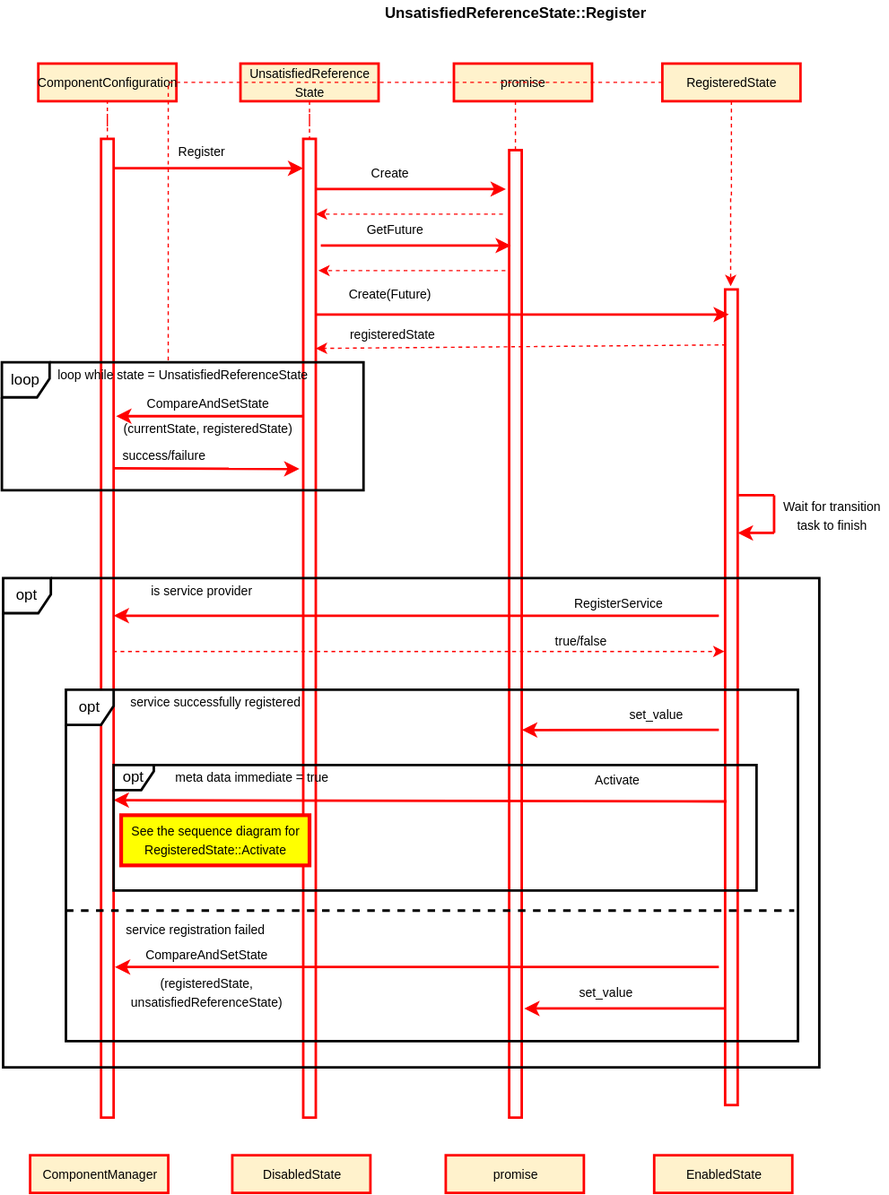
Earlier version of the draw.io export text/0003-declarative-services/UnsatisfiedStateRegister.svg (CppMicroServices/rfcs). Source tidied: cells renumbered, new cells last; positions are measured from the earlier drawing's top-left corner, leaving out a move shared by most shapes.
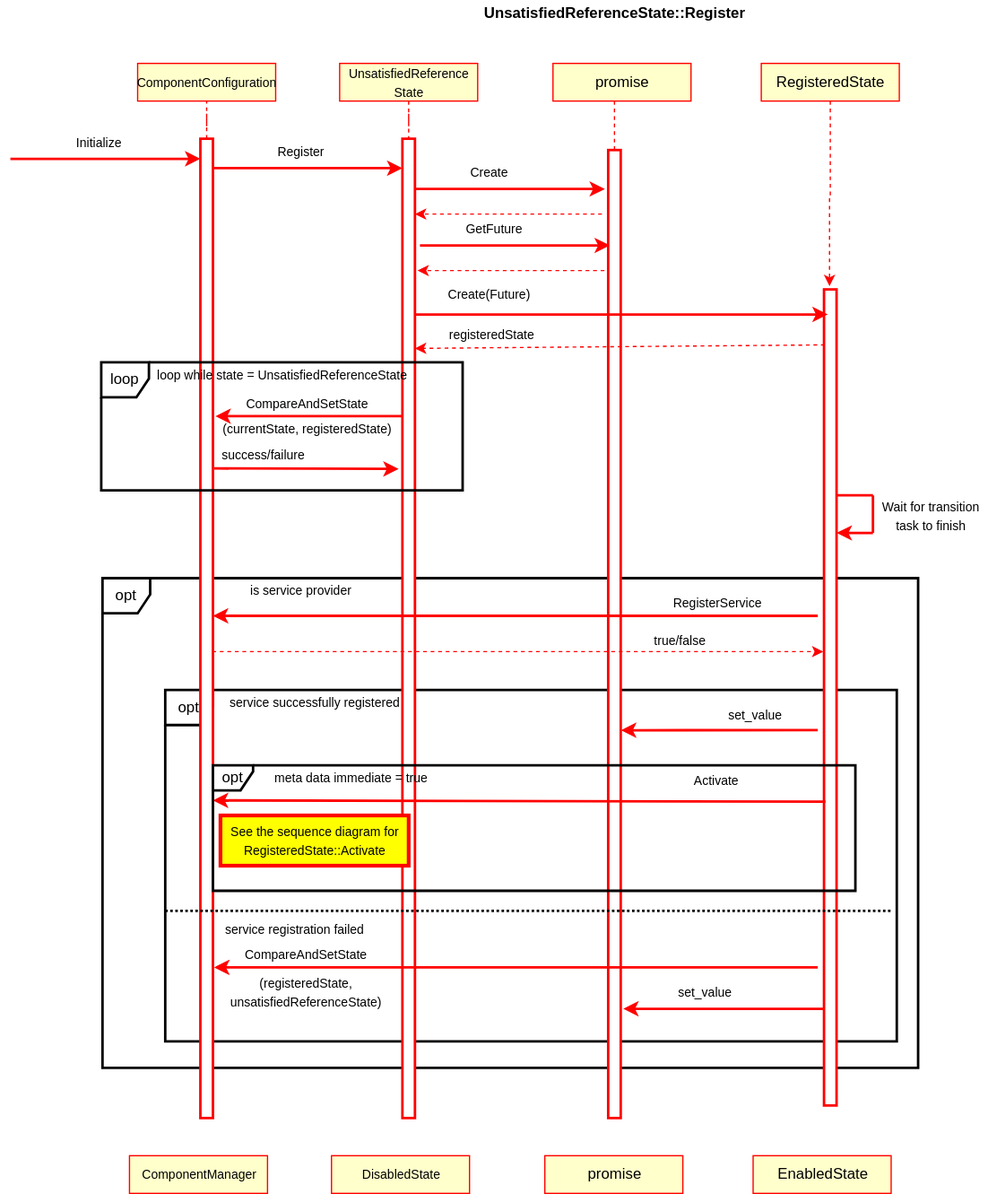
Later version of the same file.

What changed in the source:
```diff
@@ -2,19 +2,25 @@
   <root>
     <mxCell id="0" />
     <mxCell id="1" parent="0" />
+    <mxCell id="53" value="&lt;span style=&quot;background-color: rgb(255 , 255 , 255)&quot;&gt;opt&lt;/span&gt;" style="shape=umlFrame;whiteSpace=wrap;html=1;strokeWidth=2;width=38;height=28;fillColor=#FFFFFF;" parent="1" vertex="1">
+      <mxGeometry x="51" y="549" width="583" height="280" as="geometry" />
+    </mxCell>
+    <mxCell id="61" value="&lt;span style=&quot;background-color: rgb(255 , 255 , 255)&quot;&gt;opt&lt;/span&gt;" style="shape=umlFrame;whiteSpace=wrap;html=1;strokeWidth=2;width=38;height=28;fillColor=#FFFFFF;" parent="1" vertex="1">
+      <mxGeometry x="1" y="460" width="650" height="390" as="geometry" />
+    </mxCell>
     <mxCell id="2" style="html=1;points=[];perimeter=orthogonalPerimeter;strokeWidth=2;strokeColor=#FF0000;" parent="1" vertex="1">
       <mxGeometry x="240" y="110" width="10" height="780" as="geometry" />
     </mxCell>
     <mxCell id="3" style="edgeStyle=orthogonalEdgeStyle;rounded=0;jettySize=auto;html=1;dashed=1;endArrow=none;endFill=0;strokeColor=#FF0000;strokeWidth=1;" parent="1" edge="1" source="4" target="2">
       <mxGeometry relative="1" as="geometry" />
     </mxCell>
-    <mxCell id="4" value="&lt;span style=&quot;font-size: 10px&quot;&gt;UnsatisfiedReference&lt;br&gt;State&lt;br&gt;&lt;/span&gt;" style="html=1;strokeWidth=2;fillColor=#fff2cc;strokeColor=#FF0000;" parent="1" vertex="1">
+    <mxCell id="4" value="&lt;span style=&quot;font-size: 10px&quot;&gt;UnsatisfiedReference&lt;br&gt;State&lt;br&gt;&lt;/span&gt;" style="html=1;strokeWidth=1;strokeColor=#FF0000;fillColor=#FFFFCC;" parent="1" vertex="1">
       <mxGeometry x="190" y="50" width="110" height="30" as="geometry" />
     </mxCell>
     <mxCell id="5" value="&lt;font style=&quot;font-size: 12px&quot;&gt;&lt;b&gt;UnsatisfiedReferenceState::Register&lt;br&gt;&lt;/b&gt;&lt;/font&gt;" style="text;html=1;align=center;verticalAlign=middle;fontSize=10;" parent="1" vertex="1">
       <mxGeometry x="299" width="220" height="20" as="geometry" />
     </mxCell>
-    <mxCell id="6" value="&lt;font style=&quot;font-size: 10px&quot;&gt;promise&lt;/font&gt;" style="html=1;strokeWidth=2;fontSize=10;fillColor=#fff2cc;strokeColor=#FF0000;" parent="1" vertex="1">
+    <mxCell id="6" value="&lt;font style=&quot;font-size: 12px;&quot;&gt;promise&lt;/font&gt;" style="html=1;strokeWidth=1;fontSize=12;strokeColor=#FF0000;fillColor=#FFFFCC;" parent="1" vertex="1">
       <mxGeometry x="360" y="50" width="110" height="30" as="geometry" />
     </mxCell>
     <mxCell id="7" style="rounded=0;orthogonalLoop=1;jettySize=auto;html=1;dashed=1;endArrow=none;endFill=0;strokeWidth=1;strokeColor=#FF0000;" parent="1" edge="1">
@@ -26,10 +32,10 @@
     <mxCell id="8" style="edgeStyle=orthogonalEdgeStyle;rounded=0;jettySize=auto;html=1;entryX=0.44;entryY=-0.004;entryDx=0;entryDy=0;entryPerimeter=0;strokeWidth=1;strokeColor=#FF0000;dashed=1;" parent="1" edge="1" source="9" target="14">
       <mxGeometry relative="1" as="geometry" />
     </mxCell>
-    <mxCell id="9" value="&lt;font style=&quot;font-size: 10px&quot;&gt;RegisteredState&lt;/font&gt;" style="html=1;strokeWidth=2;fontSize=10;fillColor=#fff2cc;strokeColor=#FF0000;" parent="1" vertex="1">
+    <mxCell id="9" value="&lt;font style=&quot;font-size: 12px;&quot;&gt;RegisteredState&lt;/font&gt;" style="html=1;strokeWidth=1;fontSize=12;strokeColor=#FF0000;fillColor=#FFFFCC;" parent="1" vertex="1">
       <mxGeometry x="526" y="50" width="110" height="30" as="geometry" />
     </mxCell>
-    <mxCell id="10" value="&lt;span style=&quot;font-size: 10px&quot;&gt;ComponentConfiguration&lt;/span&gt;" style="html=1;strokeWidth=2;fillColor=#fff2cc;strokeColor=#FF0000;" parent="1" vertex="1">
+    <mxCell id="10" value="&lt;span style=&quot;font-size: 10px&quot;&gt;ComponentConfiguration&lt;/span&gt;" style="html=1;strokeWidth=1;strokeColor=#FF0000;fillColor=#FFFFCC;" parent="1" vertex="1">
       <mxGeometry x="29" y="50" width="110" height="30" as="geometry" />
     </mxCell>
     <mxCell id="11" style="edgeStyle=orthogonalEdgeStyle;rounded=0;jettySize=auto;html=1;strokeColor=#FF0000;strokeWidth=1;endArrow=none;endFill=0;dashed=1;" parent="1" edge="1" source="12" target="10">
@@ -118,16 +124,16 @@
     <mxCell id="31" value="&lt;font style=&quot;font-size: 10px&quot;&gt;success/failure&lt;/font&gt;" style="text;html=1;align=center;verticalAlign=middle;points=[];" parent="1" vertex="1">
       <mxGeometry x="89" y="352" width="80" height="20" as="geometry" />
     </mxCell>
-    <mxCell id="32" value="&lt;span style=&quot;font-size: 10px&quot;&gt;DisabledState&lt;/span&gt;" style="html=1;strokeWidth=2;fillColor=#fff2cc;strokeColor=#FF0000;" parent="1" vertex="1">
+    <mxCell id="32" value="&lt;span style=&quot;font-size: 10px&quot;&gt;DisabledState&lt;/span&gt;" style="html=1;strokeWidth=1;strokeColor=#FF0000;fillColor=#FFFFCC;" parent="1" vertex="1">
       <mxGeometry x="183.5" y="920" width="110" height="30" as="geometry" />
     </mxCell>
-    <mxCell id="33" value="&lt;font style=&quot;font-size: 10px&quot;&gt;promise&lt;/font&gt;" style="html=1;strokeWidth=2;fontSize=10;fillColor=#fff2cc;strokeColor=#FF0000;" parent="1" vertex="1">
+    <mxCell id="33" value="&lt;font style=&quot;font-size: 12px;&quot;&gt;promise&lt;/font&gt;" style="html=1;strokeWidth=1;fontSize=12;strokeColor=#FF0000;fillColor=#FFFFCC;" parent="1" vertex="1">
       <mxGeometry x="353.5" y="920" width="110" height="30" as="geometry" />
     </mxCell>
-    <mxCell id="34" value="&lt;font style=&quot;font-size: 10px&quot;&gt;EnabledState&lt;/font&gt;" style="html=1;strokeWidth=2;fontSize=10;fillColor=#fff2cc;strokeColor=#FF0000;" parent="1" vertex="1">
+    <mxCell id="34" value="&lt;font style=&quot;font-size: 12px;&quot;&gt;EnabledState&lt;/font&gt;" style="html=1;strokeWidth=1;fontSize=12;strokeColor=#FF0000;fillColor=#FFFFCC;" parent="1" vertex="1">
       <mxGeometry x="519.5" y="920" width="110" height="30" as="geometry" />
     </mxCell>
-    <mxCell id="35" value="&lt;span style=&quot;font-size: 10px&quot;&gt;ComponentManager&lt;/span&gt;" style="html=1;strokeWidth=2;fillColor=#fff2cc;strokeColor=#FF0000;" parent="1" vertex="1">
+    <mxCell id="35" value="&lt;span style=&quot;font-size: 10px&quot;&gt;ComponentManager&lt;/span&gt;" style="html=1;strokeWidth=1;strokeColor=#FF0000;fillColor=#FFFFCC;" parent="1" vertex="1">
       <mxGeometry x="22.5" y="920" width="110" height="30" as="geometry" />
     </mxCell>
     <mxCell id="36" value="&lt;font style=&quot;font-size: 10px&quot;&gt;loop while state&amp;nbsp;= UnsatisfiedReferenceState&lt;/font&gt;" style="text;html=1;align=center;verticalAlign=middle;" parent="1" vertex="1">
@@ -192,9 +198,6 @@
     <mxCell id="52" value="&lt;font style=&quot;font-size: 10px&quot;&gt;See the sequence diagram for&lt;br&gt;RegisteredState::Activate&lt;br&gt;&lt;/font&gt;" style="text;html=1;align=center;verticalAlign=middle;fillColor=#FFFF00;strokeColor=#FF0000;strokeWidth=3;" parent="1" vertex="1">
       <mxGeometry x="95" y="649" width="150" height="40" as="geometry" />
     </mxCell>
-    <mxCell id="53" value="&lt;span style=&quot;background-color: rgb(255 , 255 , 255)&quot;&gt;opt&lt;/span&gt;" style="shape=umlFrame;whiteSpace=wrap;html=1;strokeWidth=2;width=38;height=28;fillColor=#FFFFFF;" parent="1" vertex="1">
-      <mxGeometry x="51" y="549" width="583" height="280" as="geometry" />
-    </mxCell>
     <mxCell id="54" style="endArrow=classic;html=1;strokeColor=#FF0000;strokeWidth=2;" parent="1" edge="1">
       <mxGeometry relative="1" as="geometry">
         <mxPoint x="571" y="770" as="sourcePoint" />
@@ -216,7 +219,7 @@
     <mxCell id="58" value="&lt;font style=&quot;font-size: 10px&quot;&gt;set_value&lt;/font&gt;" style="text;html=1;align=center;verticalAlign=middle;" parent="1" vertex="1">
       <mxGeometry x="451" y="780" width="60" height="20" as="geometry" />
     </mxCell>
-    <mxCell id="59" style="endArrow=none;dashed=1;html=1;strokeWidth=2;" parent="1" edge="1">
+    <mxCell id="59" style="endArrow=none;dashed=1;html=1;strokeWidth=2;dashPattern=1 1;" parent="1" edge="1">
       <mxGeometry relative="1" as="geometry">
         <mxPoint x="51" y="725" as="sourcePoint" />
         <mxPoint x="631" y="725" as="targetPoint" />
@@ -225,14 +228,17 @@
     <mxCell id="60" value="&lt;font style=&quot;font-size: 10px&quot;&gt;service registration failed&lt;/font&gt;" style="text;html=1;align=center;verticalAlign=middle;" parent="1" vertex="1">
       <mxGeometry x="89" y="730" width="130" height="20" as="geometry" />
     </mxCell>
-    <mxCell id="61" value="&lt;span style=&quot;background-color: rgb(255 , 255 , 255)&quot;&gt;opt&lt;/span&gt;" style="shape=umlFrame;whiteSpace=wrap;html=1;strokeWidth=2;width=38;height=28;fillColor=#FFFFFF;" parent="1" vertex="1">
-      <mxGeometry x="1" y="460" width="650" height="390" as="geometry" />
-    </mxCell>
     <mxCell id="62" value="&lt;span style=&quot;background-color: rgb(255 , 255 , 255)&quot;&gt;loop&lt;/span&gt;" style="shape=umlFrame;whiteSpace=wrap;html=1;strokeWidth=2;width=38;height=28;fillColor=#FFFFFF;" parent="1" vertex="1">
       <mxGeometry y="288" width="288" height="102" as="geometry" />
     </mxCell>
-    <mxCell id="63" style="edgeStyle=orthogonalEdgeStyle;rounded=0;jettySize=auto;html=1;entryX=0.46;entryY=-0.006;entryDx=0;entryDy=0;entryPerimeter=0;endArrow=none;endFill=0;strokeColor=#FF0000;strokeWidth=1;dashed=1;" parent="1" edge="1" source="9" target="62">
-      <mxGeometry relative="1" as="geometry" />
-    </mxCell>
+    <mxCell id="64" style="endArrow=classic;html=1;strokeColor=#FF0000;strokeWidth=2;exitX=0.96;exitY=0.03;exitDx=0;exitDy=0;exitPerimeter=0;" parent="1" edge="1">
+      <mxGeometry relative="1" as="geometry">
+        <mxPoint x="-72.4" y="126" as="sourcePoint" />
+        <mxPoint x="79" y="126" as="targetPoint" />
+      </mxGeometry>
+    </mxCell>
+    <mxCell id="65" value="&lt;font style=&quot;font-size: 10px&quot;&gt;Initialize&lt;/font&gt;" style="text;html=1;align=center;verticalAlign=middle;" parent="1" vertex="1">
+      <mxGeometry x="-27" y="102.6" width="50" height="20" as="geometry" />
+    </mxCell>
   </root>
 </mxGraphModel>
```
